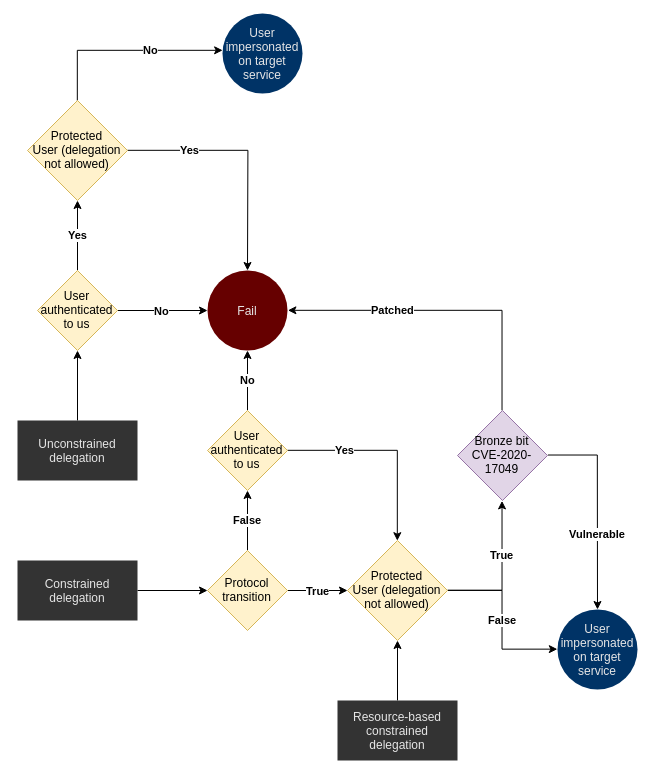
This is .gitbook/assets/kerberos-delegation.png from The-Hacker-Recipes/The-Hacker-Recipes, a draw.io export, as it was before one commit. Source tidied: cells renumbered, new cells last; positions are measured from the earlier drawing's top-left corner, leaving out a move shared by most shapes.
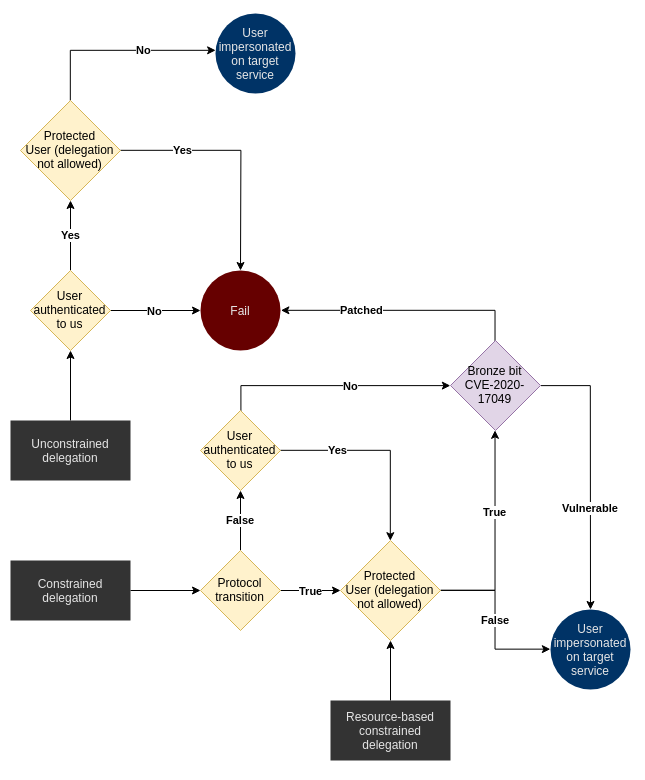
After the commit.

Commit message:
Kerberos delegation image updated again

The edit, as a diff of the source:
```diff
@@ -3,7 +3,7 @@
     <mxCell id="0" />
     <mxCell id="1" parent="0" />
     <mxCell id="2" style="rounded=0;whiteSpace=wrap;html=1;strokeColor=none;" parent="1" vertex="1">
-      <mxGeometry width="644" height="778" as="geometry" />
+      <mxGeometry x="7" width="644" height="778" as="geometry" />
     </mxCell>
     <mxCell id="3" style="edgeStyle=orthogonalEdgeStyle;rounded=0;jettySize=auto;html=1;" parent="1" edge="1" source="4" target="13">
       <mxGeometry relative="1" as="geometry" />
@@ -31,7 +31,7 @@
       </mxGeometry>
     </mxCell>
     <mxCell id="10" value="Bronze bit&lt;br&gt;CVE-2020-17049" style="rhombus;whiteSpace=wrap;html=1;fillColor=#e1d5e7;strokeColor=#9673a6;" parent="1" vertex="1">
-      <mxGeometry x="457" y="410" width="90" height="90" as="geometry" />
+      <mxGeometry x="457" y="340" width="90" height="90" as="geometry" />
     </mxCell>
     <mxCell id="11" value="False" style="edgeStyle=orthogonalEdgeStyle;rounded=0;jettySize=auto;html=1;fontStyle=1;" parent="1" edge="1" source="13" target="16">
       <mxGeometry relative="1" as="geometry" />
@@ -45,8 +45,12 @@
     <mxCell id="14" value="Yes" style="edgeStyle=orthogonalEdgeStyle;rounded=0;jettySize=auto;html=1;fontStyle=1;" parent="1" edge="1" source="16" target="7">
       <mxGeometry x="-0.43" relative="1" as="geometry" />
     </mxCell>
-    <mxCell id="15" value="No" style="edgeStyle=orthogonalEdgeStyle;rounded=0;jettySize=auto;html=1;fontStyle=1;" parent="1" edge="1" source="16" target="21">
-      <mxGeometry relative="1" as="geometry" />
+    <mxCell id="15" value="No" style="edgeStyle=orthogonalEdgeStyle;rounded=0;jettySize=auto;html=1;fontStyle=1;entryX=0;entryY=0.5;entryDx=0;entryDy=0;" parent="1" edge="1" source="16" target="10">
+      <mxGeometry x="0.15" relative="1" as="geometry">
+        <Array as="points">
+          <mxPoint x="247" y="385" />
+        </Array>
+      </mxGeometry>
     </mxCell>
     <mxCell id="16" value="User authenticated&lt;br&gt;to us" style="rhombus;whiteSpace=wrap;html=1;fillColor=#fff2cc;strokeColor=#d6b656;" parent="1" vertex="1">
       <mxGeometry x="207" y="410" width="80" height="80" as="geometry" />
```
